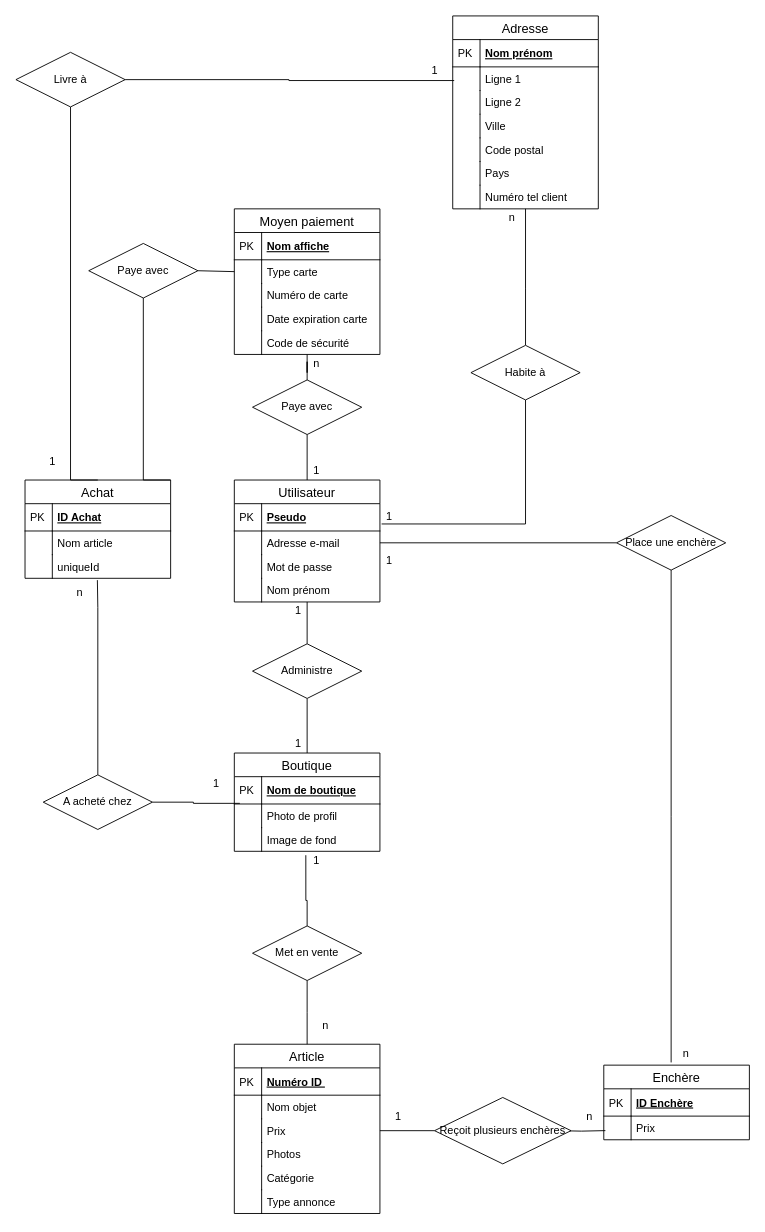
Earlier version of the draw.io diagram Untitled Diagram.drawio (mathis-brionne/PiscineING3). Source tidied: cells renumbered, new cells numbered last; positions are measured from the earlier drawing's top-left corner, leaving out a move shared by most shapes. Both pictures are drawn from the tidied source at 91%, with x=0, y=0 at pixel (15, 15).
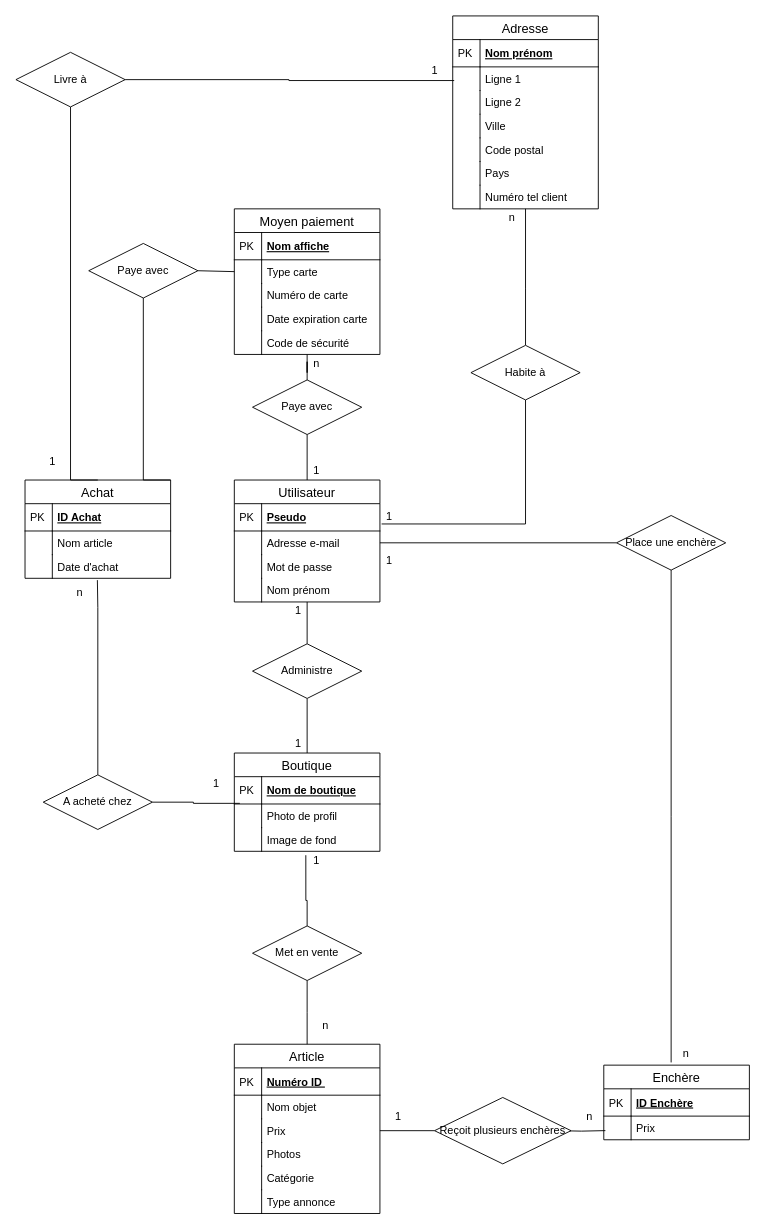
The same page after the edit.

Unchanged cells that the change refers to:
```xml
<mxCell id="90" value="Achat" style="swimlane;fontStyle=0;horizontal=1;startSize=26;align=center;fontSize=14;" parent="1" vertex="1">
  <mxGeometry x="10" y="510" width="160" height="108" as="geometry" />
</mxCell>
```

The edit, as a diff of the source:
```diff
@@
-    <mxCell id="95" value="uniqueId" style="shape=partialRectangle;top=0;left=0;right=0;bottom=0;align=left;verticalAlign=top;fillColor=none;spacingLeft=34;spacingRight=4;overflow=hidden;points=[[0,0.5],[1,0.5]];portConstraint=eastwest;fontSize=12;" parent="90" vertex="1">
+    <mxCell id="95" value="Date d'achat" style="shape=partialRectangle;top=0;left=0;right=0;bottom=0;align=left;verticalAlign=top;fillColor=none;spacingLeft=34;spacingRight=4;overflow=hidden;points=[[0,0.5],[1,0.5]];portConstraint=eastwest;fontSize=12;" parent="90" vertex="1">
       <mxGeometry y="82" width="160" height="26" as="geometry" />
     </mxCell>
```
